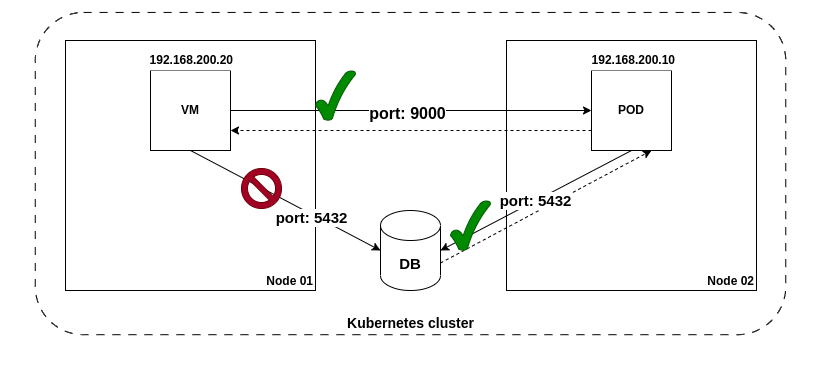
This is assets/multi-network-policies.png from maiqueb/fosdem2024-sdn, a draw.io export, as it was before one commit. Source tidied: cells renumbered, new cells last; positions are measured from the earlier drawing's top-left corner, leaving out a move shared by most shapes. Source of this version:
```xml
<mxGraphModel>
  <root>
    <mxCell id="0" />
    <mxCell id="1" parent="0" />
    <mxCell id="2" style="group;" parent="1" vertex="1">
      <mxGeometry width="820" height="370" as="geometry" />
    </mxCell>
    <mxCell id="3" style="rounded=1;whiteSpace=wrap;html=1;dashed=1;dashPattern=8 8;verticalAlign=bottom;strokeColor=none;" parent="2" vertex="1">
      <mxGeometry width="820" height="370" as="geometry" />
    </mxCell>
    <mxCell id="4" value="&lt;font style=&quot;font-size: 14px;&quot;&gt;&lt;b&gt;Kubernetes cluster&lt;/b&gt;&lt;/font&gt;" style="rounded=1;whiteSpace=wrap;html=1;dashed=1;dashPattern=8 8;verticalAlign=bottom;" parent="2" vertex="1">
      <mxGeometry x="34.7" y="11.9" width="750.5" height="322.3" as="geometry" />
    </mxCell>
    <mxCell id="5" value="&lt;blockquote style=&quot;margin: 0 0 0 40px; border: none; padding: 0px;&quot;&gt;&lt;blockquote style=&quot;margin: 0 0 0 40px; border: none; padding: 0px;&quot;&gt;&lt;b&gt;&lt;br&gt;&lt;/b&gt;&lt;/blockquote&gt;&lt;blockquote style=&quot;margin: 0 0 0 40px; border: none; padding: 0px;&quot;&gt;&lt;b&gt;&lt;br&gt;&lt;/b&gt;&lt;/blockquote&gt;&lt;blockquote style=&quot;margin: 0 0 0 40px; border: none; padding: 0px;&quot;&gt;&lt;b&gt;&lt;br&gt;&lt;/b&gt;&lt;/blockquote&gt;&lt;blockquote style=&quot;margin: 0 0 0 40px; border: none; padding: 0px;&quot;&gt;&lt;b&gt;&lt;br&gt;&lt;/b&gt;&lt;/blockquote&gt;&lt;blockquote style=&quot;margin: 0 0 0 40px; border: none; padding: 0px;&quot;&gt;&lt;b&gt;&lt;br&gt;&lt;/b&gt;&lt;/blockquote&gt;&lt;blockquote style=&quot;margin: 0 0 0 40px; border: none; padding: 0px;&quot;&gt;&lt;b&gt;&lt;br&gt;&lt;/b&gt;&lt;/blockquote&gt;&lt;blockquote style=&quot;margin: 0 0 0 40px; border: none; padding: 0px;&quot;&gt;&lt;b&gt;&lt;br&gt;&lt;/b&gt;&lt;/blockquote&gt;&lt;blockquote style=&quot;margin: 0 0 0 40px; border: none; padding: 0px;&quot;&gt;&lt;b&gt;&lt;br&gt;&lt;/b&gt;&lt;/blockquote&gt;&lt;blockquote style=&quot;margin: 0 0 0 40px; border: none; padding: 0px;&quot;&gt;&lt;b&gt;&lt;br&gt;&lt;/b&gt;&lt;/blockquote&gt;&lt;blockquote style=&quot;margin: 0 0 0 40px; border: none; padding: 0px;&quot;&gt;&lt;b&gt;&lt;br&gt;&lt;/b&gt;&lt;/blockquote&gt;&lt;blockquote style=&quot;margin: 0 0 0 40px; border: none; padding: 0px;&quot;&gt;&lt;b&gt;&lt;br&gt;&lt;/b&gt;&lt;/blockquote&gt;&lt;blockquote style=&quot;margin: 0 0 0 40px; border: none; padding: 0px;&quot;&gt;&lt;b&gt;&lt;br&gt;&lt;/b&gt;&lt;/blockquote&gt;&lt;blockquote style=&quot;margin: 0 0 0 40px; border: none; padding: 0px;&quot;&gt;&lt;b&gt;&lt;br&gt;&lt;/b&gt;&lt;/blockquote&gt;&lt;blockquote style=&quot;margin: 0 0 0 40px; border: none; padding: 0px;&quot;&gt;&lt;b&gt;Node 01&lt;/b&gt;&lt;/blockquote&gt;&lt;/blockquote&gt;" style="rounded=0;whiteSpace=wrap;html=1;align=right;verticalAlign=bottom;" parent="1" vertex="1">
      <mxGeometry x="65" y="40" width="250" height="250" as="geometry" />
    </mxCell>
    <mxCell id="6" value="&lt;b&gt;&lt;br&gt;&lt;br&gt;&lt;br&gt;&lt;br&gt;&lt;br&gt;&lt;br&gt;&lt;br&gt;&lt;br&gt;&lt;br&gt;&lt;br&gt;&lt;br&gt;&lt;br&gt;&lt;br&gt;Node 02&lt;/b&gt;" style="rounded=0;whiteSpace=wrap;html=1;align=right;verticalAlign=bottom;" parent="1" vertex="1">
      <mxGeometry x="506" y="40" width="250" height="250" as="geometry" />
    </mxCell>
    <mxCell id="7" style="edgeStyle=orthogonalEdgeStyle;rounded=0;jettySize=auto;html=1;exitX=1;exitY=0.5;exitDx=0;exitDy=0;entryX=0;entryY=0.5;entryDx=0;entryDy=0;" parent="1" edge="1" source="9" target="11">
      <mxGeometry relative="1" as="geometry" />
    </mxCell>
    <mxCell id="8" value="&lt;b&gt;&lt;font style=&quot;font-size: 16px;&quot;&gt;port: 9000&lt;/font&gt;&lt;/b&gt;" style="edgeLabel;html=1;align=center;verticalAlign=middle;" parent="7" vertex="1">
      <mxGeometry x="-0.02" y="-2" relative="1" as="geometry" />
    </mxCell>
    <mxCell id="9" value="&lt;b&gt;VM&lt;/b&gt;" style="whiteSpace=wrap;html=1;" parent="1" vertex="1">
      <mxGeometry x="150" y="70" width="80" height="80" as="geometry" />
    </mxCell>
    <mxCell id="10" style="edgeStyle=orthogonalEdgeStyle;rounded=0;jettySize=auto;html=1;exitX=0;exitY=0.75;exitDx=0;exitDy=0;entryX=1;entryY=0.75;entryDx=0;entryDy=0;dashed=1;" parent="1" edge="1" source="11" target="9">
      <mxGeometry relative="1" as="geometry" />
    </mxCell>
    <mxCell id="11" value="&lt;b&gt;POD&lt;/b&gt;" style="whiteSpace=wrap;html=1;" parent="1" vertex="1">
      <mxGeometry x="591" y="70" width="80" height="80" as="geometry" />
    </mxCell>
    <mxCell id="12" style="rounded=0;jettySize=auto;html=1;exitX=1;exitY=0;exitDx=0;exitDy=52.5;exitPerimeter=0;entryX=0.75;entryY=1;entryDx=0;entryDy=0;strokeWidth=1;dashed=1;" parent="1" edge="1" source="13" target="11">
      <mxGeometry relative="1" as="geometry" />
    </mxCell>
    <mxCell id="13" value="&lt;b&gt;&lt;font style=&quot;font-size: 15px;&quot;&gt;DB&lt;/font&gt;&lt;/b&gt;" style="shape=cylinder3;whiteSpace=wrap;html=1;boundedLbl=1;backgroundOutline=1;size=15;" parent="1" vertex="1">
      <mxGeometry x="380" y="210" width="60" height="80" as="geometry" />
    </mxCell>
    <mxCell id="14" value="&lt;b&gt;192.168.200.10&lt;/b&gt;" style="rounded=0;whiteSpace=wrap;html=1;labelBackgroundColor=default;align=right;labelBorderColor=none;strokeWidth=0;strokeColor=none;" parent="1" vertex="1">
      <mxGeometry x="585.5" y="50" width="91" height="20" as="geometry" />
    </mxCell>
    <mxCell id="15" value="&lt;b&gt;192.168.200.20&lt;/b&gt;" style="rounded=0;whiteSpace=wrap;html=1;labelBackgroundColor=default;align=right;labelBorderColor=none;strokeWidth=0;strokeColor=none;" parent="1" vertex="1">
      <mxGeometry x="145" y="50" width="90" height="20" as="geometry" />
    </mxCell>
    <mxCell id="16" value="&lt;b&gt;&lt;font style=&quot;font-size: 15px;&quot;&gt;port: 5432&lt;/font&gt;&lt;/b&gt;" style="rounded=0;jettySize=auto;html=1;exitX=0.5;exitY=1;exitDx=0;exitDy=0;entryX=1;entryY=0.5;entryDx=0;entryDy=0;entryPerimeter=0;" parent="1" edge="1" source="11" target="13">
      <mxGeometry relative="1" as="geometry" />
    </mxCell>
    <mxCell id="17" style="rounded=0;jettySize=auto;html=1;exitX=0.5;exitY=1;exitDx=0;exitDy=0;entryX=0;entryY=0.5;entryDx=0;entryDy=0;entryPerimeter=0;labelPosition=center;verticalLabelPosition=top;align=center;verticalAlign=bottom;" parent="1" edge="1" source="9" target="13">
      <mxGeometry relative="1" as="geometry" />
    </mxCell>
    <mxCell id="18" value="&lt;b&gt;&lt;font style=&quot;font-size: 15px;&quot;&gt;port: 5432&lt;/font&gt;&lt;/b&gt;" style="edgeLabel;html=1;align=center;verticalAlign=middle;" parent="17" vertex="1">
      <mxGeometry x="0.29" y="-3" relative="1" as="geometry" />
    </mxCell>
    <mxCell id="19" style="verticalLabelPosition=bottom;verticalAlign=top;html=1;shape=mxgraph.basic.no_symbol;fillColor=#a20025;fontColor=#ffffff;strokeColor=#6F0000;" parent="1" vertex="1">
      <mxGeometry x="241" y="168" width="40" height="40" as="geometry" />
    </mxCell>
    <mxCell id="20" style="verticalLabelPosition=bottom;verticalAlign=top;html=1;shape=mxgraph.basic.tick;fillColor=#008a00;fontColor=#ffffff;strokeColor=#005700;" parent="1" vertex="1">
      <mxGeometry x="315" y="70" width="40" height="50" as="geometry" />
    </mxCell>
    <mxCell id="21" style="verticalLabelPosition=bottom;verticalAlign=top;html=1;shape=mxgraph.basic.tick;fillColor=#008a00;fontColor=#ffffff;strokeColor=#005700;" parent="1" vertex="1">
      <mxGeometry x="450" y="200" width="40" height="50" as="geometry" />
    </mxCell>
  </root>
</mxGraphModel>
```
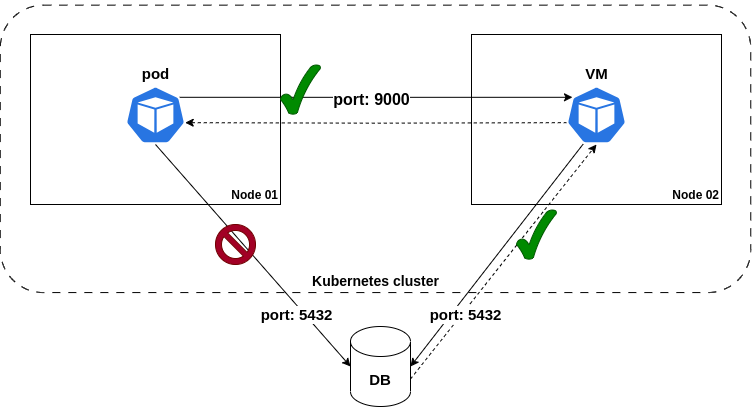
After the commit.

Commit message:
localnet: clarify network-policies diagram

Put the DB *outside* the cluster - the previous diagram was misleading.

Diff of the diagram source:
```diff
@@ -2,65 +2,67 @@
   <root>
     <mxCell id="0" />
     <mxCell id="1" parent="0" />
-    <mxCell id="2" style="group;" parent="1" vertex="1">
-      <mxGeometry width="820" height="370" as="geometry" />
+    <mxCell id="2" value="&lt;font style=&quot;font-size: 14px;&quot;&gt;&lt;b&gt;Kubernetes cluster&lt;/b&gt;&lt;/font&gt;" style="rounded=1;whiteSpace=wrap;html=1;dashed=1;dashPattern=8 8;verticalAlign=bottom;" parent="1" vertex="1">
+      <mxGeometry x="34.7" y="10.6" width="750.5" height="287.4" as="geometry" />
     </mxCell>
-    <mxCell id="3" style="rounded=1;whiteSpace=wrap;html=1;dashed=1;dashPattern=8 8;verticalAlign=bottom;strokeColor=none;" parent="2" vertex="1">
-      <mxGeometry width="820" height="370" as="geometry" />
+    <mxCell id="3" value="&lt;b&gt;&lt;br&gt;&lt;br&gt;&lt;br&gt;&lt;br&gt;&lt;br&gt;&lt;br&gt;&lt;br&gt;&lt;br&gt;&lt;br&gt;&lt;br&gt;&lt;br&gt;&lt;br&gt;&lt;br&gt;Node 02&lt;/b&gt;" style="rounded=0;whiteSpace=wrap;html=1;align=right;verticalAlign=bottom;" parent="1" vertex="1">
+      <mxGeometry x="506" y="40" width="250" height="170" as="geometry" />
     </mxCell>
-    <mxCell id="4" value="&lt;font style=&quot;font-size: 14px;&quot;&gt;&lt;b&gt;Kubernetes cluster&lt;/b&gt;&lt;/font&gt;" style="rounded=1;whiteSpace=wrap;html=1;dashed=1;dashPattern=8 8;verticalAlign=bottom;" parent="2" vertex="1">
-      <mxGeometry x="34.7" y="11.9" width="750.5" height="322.3" as="geometry" />
+    <mxCell id="4" value="&lt;blockquote style=&quot;margin: 0 0 0 40px; border: none; padding: 0px;&quot;&gt;&lt;blockquote style=&quot;margin: 0 0 0 40px; border: none; padding: 0px;&quot;&gt;&lt;b&gt;&lt;br&gt;&lt;/b&gt;&lt;/blockquote&gt;&lt;blockquote style=&quot;margin: 0 0 0 40px; border: none; padding: 0px;&quot;&gt;&lt;b&gt;&lt;br&gt;&lt;/b&gt;&lt;/blockquote&gt;&lt;blockquote style=&quot;margin: 0 0 0 40px; border: none; padding: 0px;&quot;&gt;&lt;b&gt;&lt;br&gt;&lt;/b&gt;&lt;/blockquote&gt;&lt;blockquote style=&quot;margin: 0 0 0 40px; border: none; padding: 0px;&quot;&gt;&lt;b&gt;&lt;br&gt;&lt;/b&gt;&lt;/blockquote&gt;&lt;blockquote style=&quot;margin: 0 0 0 40px; border: none; padding: 0px;&quot;&gt;&lt;b&gt;&lt;br&gt;&lt;/b&gt;&lt;/blockquote&gt;&lt;blockquote style=&quot;margin: 0 0 0 40px; border: none; padding: 0px;&quot;&gt;&lt;b&gt;&lt;br&gt;&lt;/b&gt;&lt;/blockquote&gt;&lt;blockquote style=&quot;margin: 0 0 0 40px; border: none; padding: 0px;&quot;&gt;&lt;b&gt;&lt;br&gt;&lt;/b&gt;&lt;/blockquote&gt;&lt;blockquote style=&quot;margin: 0 0 0 40px; border: none; padding: 0px;&quot;&gt;&lt;b&gt;&lt;br&gt;&lt;/b&gt;&lt;/blockquote&gt;&lt;blockquote style=&quot;margin: 0 0 0 40px; border: none; padding: 0px;&quot;&gt;&lt;b&gt;&lt;br&gt;&lt;/b&gt;&lt;/blockquote&gt;&lt;blockquote style=&quot;margin: 0 0 0 40px; border: none; padding: 0px;&quot;&gt;&lt;b&gt;&lt;br&gt;&lt;/b&gt;&lt;/blockquote&gt;&lt;blockquote style=&quot;margin: 0 0 0 40px; border: none; padding: 0px;&quot;&gt;&lt;b&gt;&lt;br&gt;&lt;/b&gt;&lt;/blockquote&gt;&lt;blockquote style=&quot;margin: 0 0 0 40px; border: none; padding: 0px;&quot;&gt;&lt;b&gt;&lt;br&gt;&lt;/b&gt;&lt;/blockquote&gt;&lt;blockquote style=&quot;margin: 0 0 0 40px; border: none; padding: 0px;&quot;&gt;&lt;b&gt;&lt;br&gt;&lt;/b&gt;&lt;/blockquote&gt;&lt;blockquote style=&quot;margin: 0 0 0 40px; border: none; padding: 0px;&quot;&gt;&lt;b&gt;Node 01&lt;/b&gt;&lt;/blockquote&gt;&lt;/blockquote&gt;" style="rounded=0;whiteSpace=wrap;html=1;align=right;verticalAlign=bottom;" parent="1" vertex="1">
+      <mxGeometry x="65" y="40" width="250" height="170" as="geometry" />
     </mxCell>
-    <mxCell id="5" value="&lt;blockquote style=&quot;margin: 0 0 0 40px; border: none; padding: 0px;&quot;&gt;&lt;blockquote style=&quot;margin: 0 0 0 40px; border: none; padding: 0px;&quot;&gt;&lt;b&gt;&lt;br&gt;&lt;/b&gt;&lt;/blockquote&gt;&lt;blockquote style=&quot;margin: 0 0 0 40px; border: none; padding: 0px;&quot;&gt;&lt;b&gt;&lt;br&gt;&lt;/b&gt;&lt;/blockquote&gt;&lt;blockquote style=&quot;margin: 0 0 0 40px; border: none; padding: 0px;&quot;&gt;&lt;b&gt;&lt;br&gt;&lt;/b&gt;&lt;/blockquote&gt;&lt;blockquote style=&quot;margin: 0 0 0 40px; border: none; padding: 0px;&quot;&gt;&lt;b&gt;&lt;br&gt;&lt;/b&gt;&lt;/blockquote&gt;&lt;blockquote style=&quot;margin: 0 0 0 40px; border: none; padding: 0px;&quot;&gt;&lt;b&gt;&lt;br&gt;&lt;/b&gt;&lt;/blockquote&gt;&lt;blockquote style=&quot;margin: 0 0 0 40px; border: none; padding: 0px;&quot;&gt;&lt;b&gt;&lt;br&gt;&lt;/b&gt;&lt;/blockquote&gt;&lt;blockquote style=&quot;margin: 0 0 0 40px; border: none; padding: 0px;&quot;&gt;&lt;b&gt;&lt;br&gt;&lt;/b&gt;&lt;/blockquote&gt;&lt;blockquote style=&quot;margin: 0 0 0 40px; border: none; padding: 0px;&quot;&gt;&lt;b&gt;&lt;br&gt;&lt;/b&gt;&lt;/blockquote&gt;&lt;blockquote style=&quot;margin: 0 0 0 40px; border: none; padding: 0px;&quot;&gt;&lt;b&gt;&lt;br&gt;&lt;/b&gt;&lt;/blockquote&gt;&lt;blockquote style=&quot;margin: 0 0 0 40px; border: none; padding: 0px;&quot;&gt;&lt;b&gt;&lt;br&gt;&lt;/b&gt;&lt;/blockquote&gt;&lt;blockquote style=&quot;margin: 0 0 0 40px; border: none; padding: 0px;&quot;&gt;&lt;b&gt;&lt;br&gt;&lt;/b&gt;&lt;/blockquote&gt;&lt;blockquote style=&quot;margin: 0 0 0 40px; border: none; padding: 0px;&quot;&gt;&lt;b&gt;&lt;br&gt;&lt;/b&gt;&lt;/blockquote&gt;&lt;blockquote style=&quot;margin: 0 0 0 40px; border: none; padding: 0px;&quot;&gt;&lt;b&gt;&lt;br&gt;&lt;/b&gt;&lt;/blockquote&gt;&lt;blockquote style=&quot;margin: 0 0 0 40px; border: none; padding: 0px;&quot;&gt;&lt;b&gt;Node 01&lt;/b&gt;&lt;/blockquote&gt;&lt;/blockquote&gt;" style="rounded=0;whiteSpace=wrap;html=1;align=right;verticalAlign=bottom;" parent="1" vertex="1">
-      <mxGeometry x="65" y="40" width="250" height="250" as="geometry" />
+    <mxCell id="5" style="edgeStyle=orthogonalEdgeStyle;rounded=0;jettySize=auto;html=1;exitX=0.9;exitY=0.2;exitDx=0;exitDy=0;entryX=0.1;entryY=0.2;entryDx=0;entryDy=0;exitPerimeter=0;entryPerimeter=0;" parent="1" edge="1" source="15">
+      <mxGeometry relative="1" as="geometry">
+        <mxPoint x="607" y="102.8" as="targetPoint" />
+      </mxGeometry>
     </mxCell>
-    <mxCell id="6" value="&lt;b&gt;&lt;br&gt;&lt;br&gt;&lt;br&gt;&lt;br&gt;&lt;br&gt;&lt;br&gt;&lt;br&gt;&lt;br&gt;&lt;br&gt;&lt;br&gt;&lt;br&gt;&lt;br&gt;&lt;br&gt;Node 02&lt;/b&gt;" style="rounded=0;whiteSpace=wrap;html=1;align=right;verticalAlign=bottom;" parent="1" vertex="1">
-      <mxGeometry x="506" y="40" width="250" height="250" as="geometry" />
+    <mxCell id="6" value="&lt;b&gt;&lt;font style=&quot;font-size: 16px;&quot;&gt;port: 9000&lt;/font&gt;&lt;/b&gt;" style="edgeLabel;html=1;align=center;verticalAlign=middle;" parent="5" vertex="1">
+      <mxGeometry x="-0.02" y="-2" relative="1" as="geometry" />
     </mxCell>
-    <mxCell id="7" style="edgeStyle=orthogonalEdgeStyle;rounded=0;jettySize=auto;html=1;exitX=1;exitY=0.5;exitDx=0;exitDy=0;entryX=0;entryY=0.5;entryDx=0;entryDy=0;" parent="1" edge="1" source="9" target="11">
-      <mxGeometry relative="1" as="geometry" />
+    <mxCell id="7" style="edgeStyle=orthogonalEdgeStyle;rounded=0;jettySize=auto;html=1;exitX=0.005;exitY=0.63;exitDx=0;exitDy=0;entryX=0.995;entryY=0.63;entryDx=0;entryDy=0;dashed=1;entryPerimeter=0;exitPerimeter=0;" parent="1" edge="1" target="15">
+      <mxGeometry relative="1" as="geometry">
+        <mxPoint x="601.3" y="128.2" as="sourcePoint" />
+      </mxGeometry>
     </mxCell>
-    <mxCell id="8" value="&lt;b&gt;&lt;font style=&quot;font-size: 16px;&quot;&gt;port: 9000&lt;/font&gt;&lt;/b&gt;" style="edgeLabel;html=1;align=center;verticalAlign=middle;" parent="7" vertex="1">
-      <mxGeometry x="-0.02" y="-2" relative="1" as="geometry" />
+    <mxCell id="8" style="rounded=0;jettySize=auto;html=1;exitX=1;exitY=0;exitDx=0;exitDy=52.5;exitPerimeter=0;entryX=0.5;entryY=1;entryDx=0;entryDy=0;strokeWidth=1;dashed=1;entryPerimeter=0;" parent="1" edge="1" source="9">
+      <mxGeometry relative="1" as="geometry">
+        <mxPoint x="631" y="150" as="targetPoint" />
+      </mxGeometry>
     </mxCell>
-    <mxCell id="9" value="&lt;b&gt;VM&lt;/b&gt;" style="whiteSpace=wrap;html=1;" parent="1" vertex="1">
-      <mxGeometry x="150" y="70" width="80" height="80" as="geometry" />
+    <mxCell id="9" value="&lt;b&gt;&lt;font style=&quot;font-size: 15px;&quot;&gt;DB&lt;/font&gt;&lt;/b&gt;" style="shape=cylinder3;whiteSpace=wrap;html=1;boundedLbl=1;backgroundOutline=1;size=15;" parent="1" vertex="1">
+      <mxGeometry x="385" y="332" width="60" height="80" as="geometry" />
     </mxCell>
-    <mxCell id="10" style="edgeStyle=orthogonalEdgeStyle;rounded=0;jettySize=auto;html=1;exitX=0;exitY=0.75;exitDx=0;exitDy=0;entryX=1;entryY=0.75;entryDx=0;entryDy=0;dashed=1;" parent="1" edge="1" source="11" target="9">
-      <mxGeometry relative="1" as="geometry" />
+    <mxCell id="10" value="&lt;b&gt;&lt;font style=&quot;font-size: 15px;&quot;&gt;port: 5432&lt;/font&gt;&lt;/b&gt;" style="rounded=0;jettySize=auto;html=1;exitX=0.28;exitY=0.99;exitDx=0;exitDy=0;entryX=1;entryY=0.5;entryDx=0;entryDy=0;entryPerimeter=0;exitPerimeter=0;" parent="1" edge="1" target="9">
+      <mxGeometry x="0.47" y="12" relative="1" as="geometry">
+        <mxPoint x="617.8" y="149.4" as="sourcePoint" />
+        <mxPoint x="-1" as="offset" />
+      </mxGeometry>
     </mxCell>
-    <mxCell id="11" value="&lt;b&gt;POD&lt;/b&gt;" style="whiteSpace=wrap;html=1;" parent="1" vertex="1">
-      <mxGeometry x="591" y="70" width="80" height="80" as="geometry" />
+    <mxCell id="11" style="rounded=0;jettySize=auto;html=1;exitX=0.5;exitY=1;exitDx=0;exitDy=0;entryX=0;entryY=0.5;entryDx=0;entryDy=0;entryPerimeter=0;labelPosition=center;verticalLabelPosition=top;align=center;verticalAlign=bottom;exitPerimeter=0;" parent="1" edge="1" source="15" target="9">
+      <mxGeometry relative="1" as="geometry" />
     </mxCell>
-    <mxCell id="12" style="rounded=0;jettySize=auto;html=1;exitX=1;exitY=0;exitDx=0;exitDy=52.5;exitPerimeter=0;entryX=0.75;entryY=1;entryDx=0;entryDy=0;strokeWidth=1;dashed=1;" parent="1" edge="1" source="13" target="11">
-      <mxGeometry relative="1" as="geometry" />
+    <mxCell id="12" value="&lt;b&gt;&lt;font style=&quot;font-size: 15px;&quot;&gt;port: 5432&lt;/font&gt;&lt;/b&gt;" style="edgeLabel;html=1;align=center;verticalAlign=middle;" parent="11" vertex="1">
+      <mxGeometry relative="1" as="geometry">
+        <mxPoint x="43" y="59" as="offset" />
+      </mxGeometry>
     </mxCell>
-    <mxCell id="13" value="&lt;b&gt;&lt;font style=&quot;font-size: 15px;&quot;&gt;DB&lt;/font&gt;&lt;/b&gt;" style="shape=cylinder3;whiteSpace=wrap;html=1;boundedLbl=1;backgroundOutline=1;size=15;" parent="1" vertex="1">
-      <mxGeometry x="380" y="210" width="60" height="80" as="geometry" />
+    <mxCell id="13" style="verticalLabelPosition=bottom;verticalAlign=top;html=1;shape=mxgraph.basic.tick;fillColor=#008a00;fontColor=#ffffff;strokeColor=#005700;" parent="1" vertex="1">
+      <mxGeometry x="315" y="70" width="40" height="50" as="geometry" />
     </mxCell>
-    <mxCell id="14" value="&lt;b&gt;192.168.200.10&lt;/b&gt;" style="rounded=0;whiteSpace=wrap;html=1;labelBackgroundColor=default;align=right;labelBorderColor=none;strokeWidth=0;strokeColor=none;" parent="1" vertex="1">
-      <mxGeometry x="585.5" y="50" width="91" height="20" as="geometry" />
+    <mxCell id="14" style="verticalLabelPosition=bottom;verticalAlign=top;html=1;shape=mxgraph.basic.tick;fillColor=#008a00;fontColor=#ffffff;strokeColor=#005700;" parent="1" vertex="1">
+      <mxGeometry x="551" y="215" width="40" height="50" as="geometry" />
     </mxCell>
-    <mxCell id="15" value="&lt;b&gt;192.168.200.20&lt;/b&gt;" style="rounded=0;whiteSpace=wrap;html=1;labelBackgroundColor=default;align=right;labelBorderColor=none;strokeWidth=0;strokeColor=none;" parent="1" vertex="1">
-      <mxGeometry x="145" y="50" width="90" height="20" as="geometry" />
+    <mxCell id="15" value="&lt;b&gt;&lt;font style=&quot;font-size: 15px;&quot;&gt;pod&lt;/font&gt;&lt;/b&gt;" style="sketch=0;html=1;dashed=0;whitespace=wrap;fillColor=#2875E2;strokeColor=#ffffff;points=[[0.005,0.63,0],[0.1,0.2,0],[0.9,0.2,0],[0.5,0,0],[0.995,0.63,0],[0.72,0.99,0],[0.5,1,0],[0.28,0.99,0]];verticalLabelPosition=top;align=center;verticalAlign=bottom;shape=mxgraph.kubernetes.icon;prIcon=pod;labelPosition=center;" parent="1" vertex="1">
+      <mxGeometry x="160" y="91" width="60" height="59" as="geometry" />
     </mxCell>
-    <mxCell id="16" value="&lt;b&gt;&lt;font style=&quot;font-size: 15px;&quot;&gt;port: 5432&lt;/font&gt;&lt;/b&gt;" style="rounded=0;jettySize=auto;html=1;exitX=0.5;exitY=1;exitDx=0;exitDy=0;entryX=1;entryY=0.5;entryDx=0;entryDy=0;entryPerimeter=0;" parent="1" edge="1" source="11" target="13">
-      <mxGeometry relative="1" as="geometry" />
+    <mxCell id="16" style="verticalLabelPosition=bottom;verticalAlign=top;html=1;shape=mxgraph.basic.no_symbol;fillColor=#a20025;fontColor=#ffffff;strokeColor=#6F0000;" parent="1" vertex="1">
+      <mxGeometry x="250" y="230" width="40" height="40" as="geometry" />
     </mxCell>
-    <mxCell id="17" style="rounded=0;jettySize=auto;html=1;exitX=0.5;exitY=1;exitDx=0;exitDy=0;entryX=0;entryY=0.5;entryDx=0;entryDy=0;entryPerimeter=0;labelPosition=center;verticalLabelPosition=top;align=center;verticalAlign=bottom;" parent="1" edge="1" source="9" target="13">
-      <mxGeometry relative="1" as="geometry" />
+    <mxCell id="17" value="&lt;b&gt;&lt;font style=&quot;font-size: 15px;&quot;&gt;VM&lt;/font&gt;&lt;/b&gt;" style="sketch=0;html=1;dashed=0;whitespace=wrap;fillColor=#2875E2;strokeColor=#ffffff;verticalLabelPosition=top;align=center;verticalAlign=bottom;shape=mxgraph.kubernetes.icon;prIcon=pod;labelPosition=center;" parent="1" vertex="1">
+      <mxGeometry x="601" y="91" width="60" height="59" as="geometry" />
     </mxCell>
-    <mxCell id="18" value="&lt;b&gt;&lt;font style=&quot;font-size: 15px;&quot;&gt;port: 5432&lt;/font&gt;&lt;/b&gt;" style="edgeLabel;html=1;align=center;verticalAlign=middle;" parent="17" vertex="1">
-      <mxGeometry x="0.29" y="-3" relative="1" as="geometry" />
+    <mxCell id="18" style="sketch=0;html=1;dashed=0;whitespace=wrap;fillColor=#2875E2;strokeColor=#ffffff;verticalLabelPosition=top;align=center;verticalAlign=bottom;shape=mxgraph.kubernetes.icon;prIcon=pod;labelPosition=center;" parent="1" vertex="1">
+      <mxGeometry x="601" y="91" width="60" height="59" as="geometry" />
     </mxCell>
-    <mxCell id="19" style="verticalLabelPosition=bottom;verticalAlign=top;html=1;shape=mxgraph.basic.no_symbol;fillColor=#a20025;fontColor=#ffffff;strokeColor=#6F0000;" parent="1" vertex="1">
-      <mxGeometry x="241" y="168" width="40" height="40" as="geometry" />
-    </mxCell>
-    <mxCell id="20" style="verticalLabelPosition=bottom;verticalAlign=top;html=1;shape=mxgraph.basic.tick;fillColor=#008a00;fontColor=#ffffff;strokeColor=#005700;" parent="1" vertex="1">
-      <mxGeometry x="315" y="70" width="40" height="50" as="geometry" />
-    </mxCell>
-    <mxCell id="21" style="verticalLabelPosition=bottom;verticalAlign=top;html=1;shape=mxgraph.basic.tick;fillColor=#008a00;fontColor=#ffffff;strokeColor=#005700;" parent="1" vertex="1">
-      <mxGeometry x="450" y="200" width="40" height="50" as="geometry" />
-    </mxCell>
   </root>
 </mxGraphModel>
```
